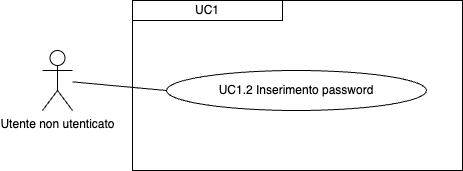
Earlier version of the draw.io export imgs/Uml/UC1.2.png (ShameIRL/farmacode). Source tidied: cells renumbered, new cells last; positions are measured from the earlier drawing's top-left corner, leaving out a move shared by most shapes.
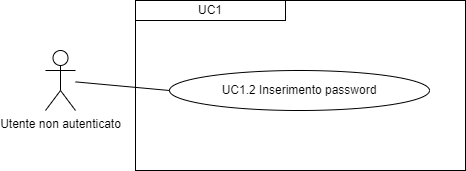
Above is the later version.

The edit, as a diff of the source:
```diff
@@ -11,7 +11,7 @@
     <mxCell id="4" value="&lt;div style=&quot;&quot;&gt;&lt;span style=&quot;background-color: initial;&quot;&gt;UC1&lt;/span&gt;&lt;/div&gt;" style="rounded=0;whiteSpace=wrap;html=1;fillColor=none;align=center;" parent="1" vertex="1">
       <mxGeometry x="90" width="150" height="20" as="geometry" />
     </mxCell>
-    <mxCell id="5" value="Utente non utenticato" style="shape=umlActor;verticalLabelPosition=bottom;verticalAlign=top;html=1;outlineConnect=0;" parent="1" vertex="1">
+    <mxCell id="5" value="Utente non autenticato" style="shape=umlActor;verticalLabelPosition=bottom;verticalAlign=top;html=1;outlineConnect=0;" parent="1" vertex="1">
       <mxGeometry y="50" width="30" height="60" as="geometry" />
     </mxCell>
     <mxCell id="6" style="rounded=0;whiteSpace=wrap;html=1;fillColor=none;" parent="1" vertex="1">
```
